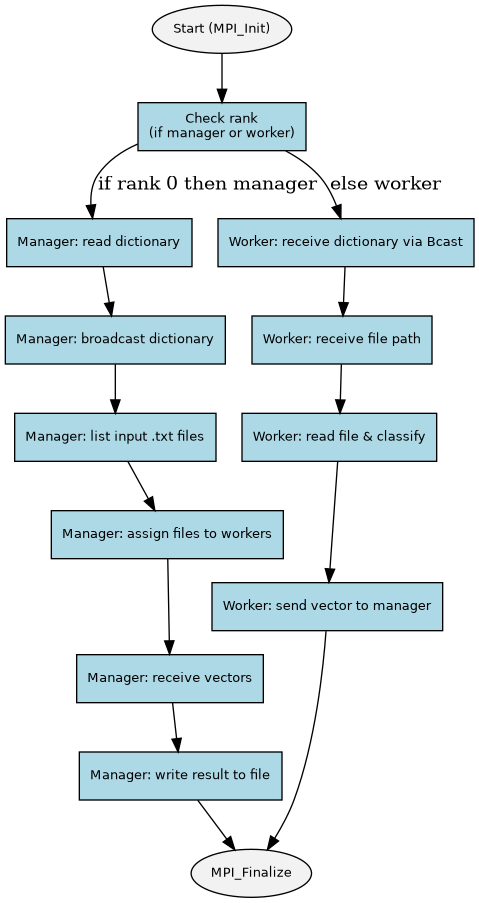
Above: docs/html/flow.png in SzewczykW/Distributed-Document-Classifier (Graphviz), before the change. Its source is kept beside it as docs/figures/flow.dot. Its diagram source:
```dot
digraph DDC_Flow {
    rankdir=TB;
    node [fontname="Helvetica", fontsize=10 shape=box style=filled fillcolor=lightblue];

    Start         [label="Start (MPI_Init)" shape=ellipse fillcolor=gray95]
    RoleCheck     [label="Check rank\n(if manager or worker)"]

    M_DictRead    [label="Manager: read dictionary"]
    M_BcastDict   [label="Manager: broadcast dictionary"]
    M_ListFiles   [label="Manager: list input .txt files"]
    M_AssignWork  [label="Manager: assign files to workers"]
    M_RecvVec     [label="Manager: receive vectors"]
    M_WriteOutput [label="Manager: write result to file"]

    W_RecvDict    [label="Worker: receive dictionary via Bcast"]
    W_RecvFile    [label="Worker: receive file path"]
    W_Classify    [label="Worker: read file & classify"]
    W_SendVec     [label="Worker: send vector to manager"]

    End           [label="MPI_Finalize" shape=ellipse fillcolor=gray95]

    Start -> RoleCheck

    RoleCheck -> M_DictRead [label="if rank 0 then manager", labelangel=-90]
    M_DictRead -> M_BcastDict -> M_ListFiles -> M_AssignWork
    M_AssignWork -> M_RecvVec -> M_WriteOutput -> End

    RoleCheck -> W_RecvDict [label="else worker"]
    W_RecvDict -> W_RecvFile -> W_Classify -> W_SendVec -> End
}
```
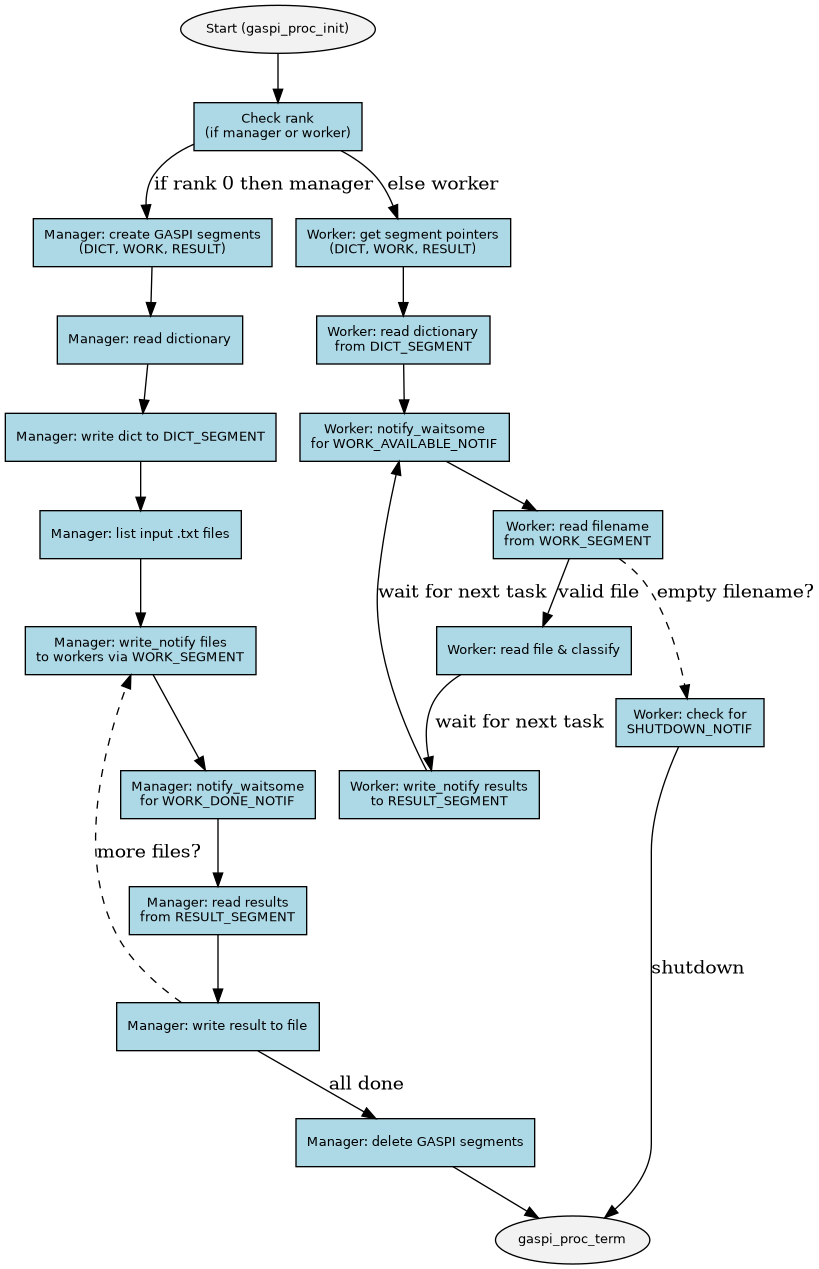
The same file after the commit.

Change to the diagram source:
```diff
@@ -2,29 +2,42 @@
     rankdir=TB;
     node [fontname="Helvetica", fontsize=10 shape=box style=filled fillcolor=lightblue];
 
-    Start         [label="Start (MPI_Init)" shape=ellipse fillcolor=gray95]
+    Start         [label="Start (gaspi_proc_init)" shape=ellipse fillcolor=gray95]
     RoleCheck     [label="Check rank\n(if manager or worker)"]
 
+    M_CreateSegs  [label="Manager: create GASPI segments\n(DICT, WORK, RESULT)"]
     M_DictRead    [label="Manager: read dictionary"]
-    M_BcastDict   [label="Manager: broadcast dictionary"]
+    M_BcastDict   [label="Manager: write dict to DICT_SEGMENT"]
     M_ListFiles   [label="Manager: list input .txt files"]
-    M_AssignWork  [label="Manager: assign files to workers"]
-    M_RecvVec     [label="Manager: receive vectors"]
+    M_AssignWork  [label="Manager: write_notify files\nto workers via WORK_SEGMENT"]
+    M_WaitNotif   [label="Manager: notify_waitsome\nfor WORK_DONE_NOTIF"]
+    M_ReadResults [label="Manager: read results\nfrom RESULT_SEGMENT"]
     M_WriteOutput [label="Manager: write result to file"]
+    M_CleanupSegs [label="Manager: delete GASPI segments"]
 
-    W_RecvDict    [label="Worker: receive dictionary via Bcast"]
-    W_RecvFile    [label="Worker: receive file path"]
+    W_GetSegPtr   [label="Worker: get segment pointers\n(DICT, WORK, RESULT)"]
+    W_RecvDict    [label="Worker: read dictionary\nfrom DICT_SEGMENT"]
+    W_WaitWork    [label="Worker: notify_waitsome\nfor WORK_AVAILABLE_NOTIF"]
+    W_ReadFile    [label="Worker: read filename\nfrom WORK_SEGMENT"]
     W_Classify    [label="Worker: read file & classify"]
-    W_SendVec     [label="Worker: send vector to manager"]
+    W_WriteResult [label="Worker: write_notify results\nto RESULT_SEGMENT"]
+    W_CheckShutdown [label="Worker: check for\nSHUTDOWN_NOTIF"]
 
-    End           [label="MPI_Finalize" shape=ellipse fillcolor=gray95]
+    End           [label="gaspi_proc_term" shape=ellipse fillcolor=gray95]
 
     Start -> RoleCheck
 
-    RoleCheck -> M_DictRead [label="if rank 0 then manager", labelangel=-90]
-    M_DictRead -> M_BcastDict -> M_ListFiles -> M_AssignWork
-    M_AssignWork -> M_RecvVec -> M_WriteOutput -> End
+    RoleCheck -> M_CreateSegs [label="if rank 0 then manager", labelangle=-90]
+    M_CreateSegs -> M_DictRead -> M_BcastDict -> M_ListFiles -> M_AssignWork
+    M_AssignWork -> M_WaitNotif -> M_ReadResults -> M_WriteOutput
+    M_WriteOutput -> M_AssignWork [label="more files?", style=dashed]
+    M_WriteOutput -> M_CleanupSegs [label="all done"]
+    M_CleanupSegs -> End
 
-    RoleCheck -> W_RecvDict [label="else worker"]
-    W_RecvDict -> W_RecvFile -> W_Classify -> W_SendVec -> End
+    RoleCheck -> W_GetSegPtr [label="else worker"]
+    W_GetSegPtr -> W_RecvDict -> W_WaitWork -> W_ReadFile
+    W_ReadFile -> W_CheckShutdown [label="empty filename?", style=dashed]
+    W_CheckShutdown -> End [label="shutdown"]
+    W_ReadFile -> W_Classify [label="valid file"]
+    W_Classify -> W_WriteResult -> W_WaitWork [label="wait for next task"]
 }
```
